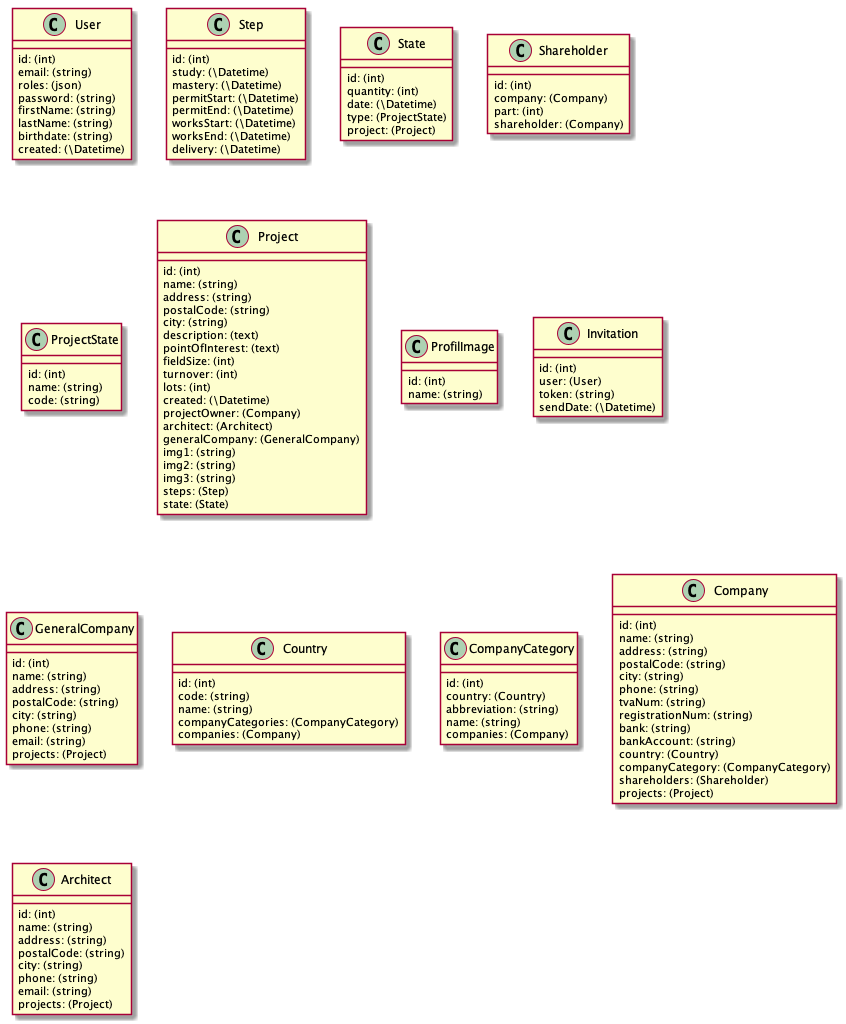
Eddaoust/tfe-devlop-eat keeps this PlantUML diagram as doc/diagrams/database.png. Above is the earlier version. Its diagram source:
```plantuml
@startuml

class User {
    id: (int)
    email: (string)
    roles: (json)
    password: (string)
    firstName: (string)
    lastName: (string)
    birthdate: (string)
    created: (\Datetime)
}

class Step {
    id: (int)
    study: (\Datetime)
    mastery: (\Datetime)
    permitStart: (\Datetime)
    permitEnd: (\Datetime)
    worksStart: (\Datetime)
    worksEnd: (\Datetime)
    delivery: (\Datetime)
}

class State {
    id: (int)
    quantity: (int)
    date: (\Datetime)
    type: (ProjectState)
    project: (Project)
}

class Shareholder {
    id: (int)
    company: (Company)
    part: (int)
    shareholder: (Company)
}

class ProjectState {
    id: (int)
    name: (string)
    code: (string)
}

class Project {
    id: (int)
    name: (string)
    address: (string)
    postalCode: (string)
    city: (string)
    description: (text)
    pointOfInterest: (text)
    fieldSize: (int)
    turnover: (int)
    lots: (int)
    created: (\Datetime)
    projectOwner: (Company)
    architect: (Architect)
    generalCompany: (GeneralCompany)
    img1: (string)
    img2: (string)
    img3: (string)
    steps: (Step)
    state: (State)
}

class ProfilImage {
    id: (int)
    name: (string)
}

class Invitation {
    id: (int)
    user: (User)
    token: (string)
    sendDate: (\Datetime)
}

class GeneralCompany {
    id: (int)
    name: (string)
    address: (string)
    postalCode: (string)
    city: (string)
    phone: (string)
    email: (string)
    projects: (Project)
}

class Country {
    id: (int)
    code: (string)
    name: (string)
    companyCategories: (CompanyCategory)
    companies: (Company)
}

class CompanyCategory {
    id: (int)
    country: (Country)
    abbreviation: (string)
    name: (string)
    companies: (Company)
}

class Company {
    id: (int)
    name: (string)
    address: (string)
    postalCode: (string)
    city: (string)
    phone: (string)
    tvaNum: (string)
    registrationNum: (string)
    bank: (string)
    bankAccount: (string)
    country: (Country)
    companyCategory: (CompanyCategory)
    shareholders: (Shareholder)
    projects: (Project)
}

class Architect {
    id: (int)
    name: (string)
    address: (string)
    postalCode: (string)
    city: (string)
    phone: (string)
    email: (string)
    projects: (Project)
}

@enduml
```
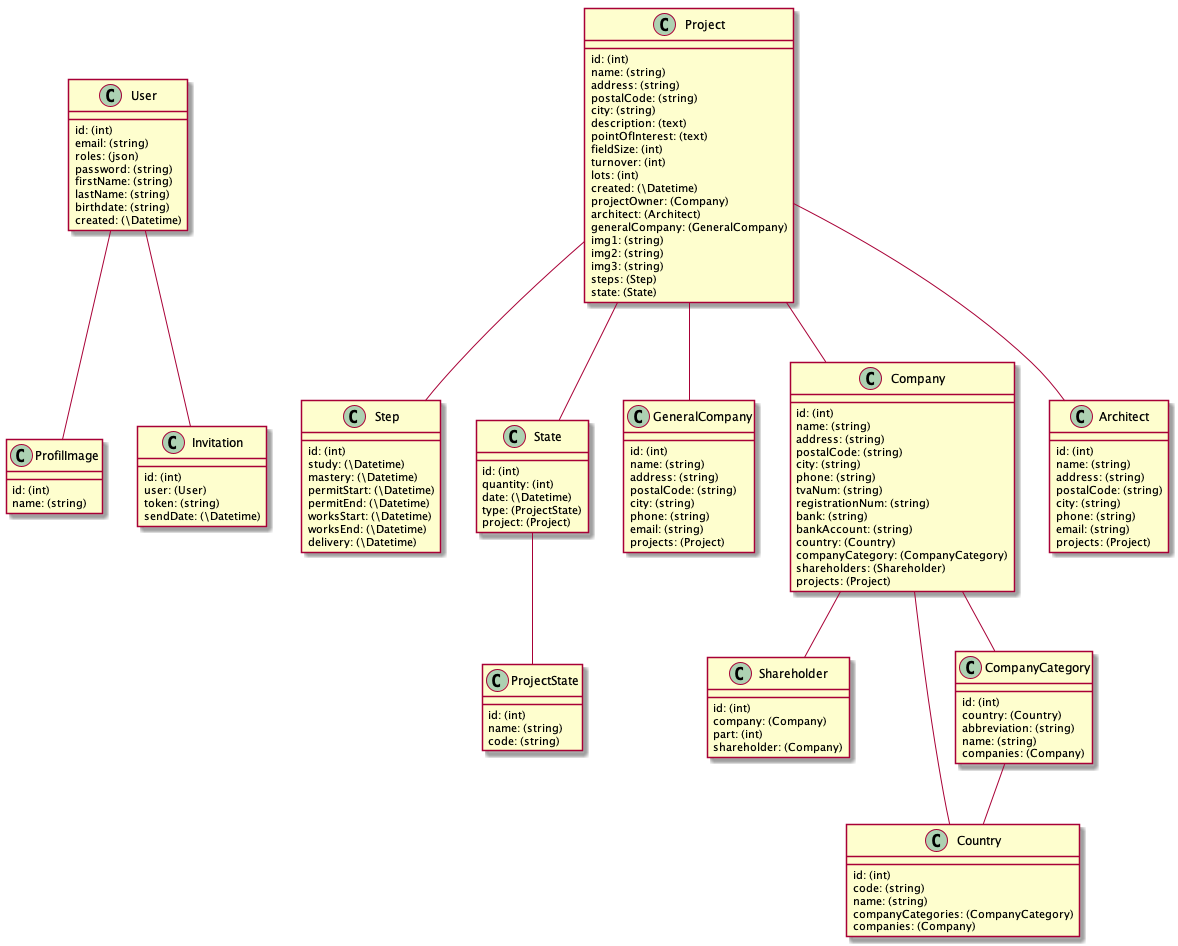
The same file after the commit.

Commit message:
Mise à jour diagrams UML & preparation template PDF

What changed in the source:
```diff
@@ -132,4 +132,17 @@
     projects: (Project)
 }
 
+User -- ProfilImage
+User -- Invitation
+Project -- Step
+Project -- GeneralCompany
+Project -- Architect
+Project -- Company
+Company -- CompanyCategory
+Company -- Country
+CompanyCategory -- Country
+Project -- State
+State -- ProjectState
+Company -- Shareholder
+
 @enduml
```
